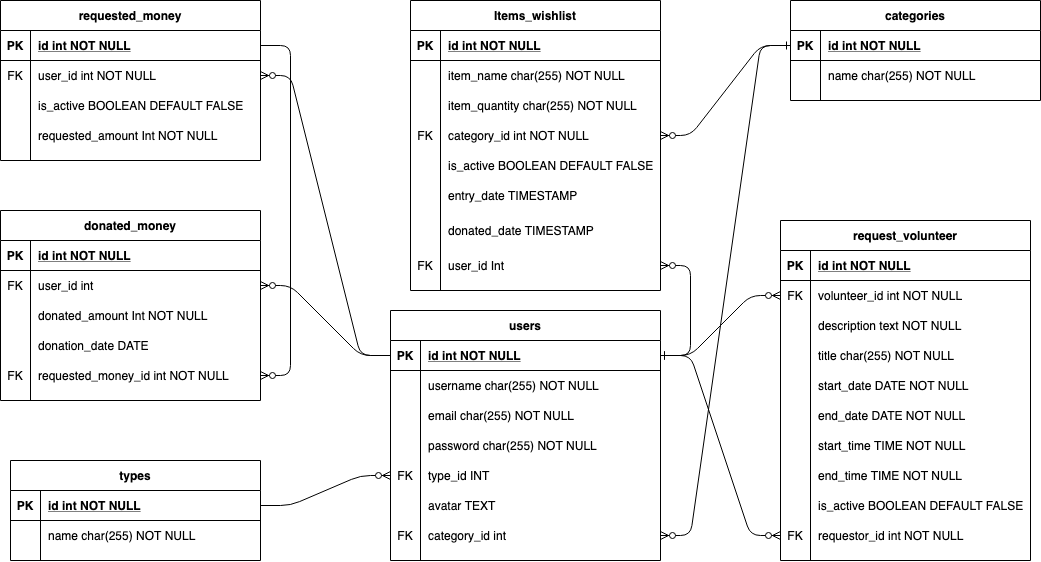
The draw.io diagram planning/HelpBook-ERD.png in DrMustafaH/HelpBook, before a commit. Source tidied: cells renumbered, new cells last; positions are measured from the earlier drawing's top-left corner, leaving out a move shared by most shapes.
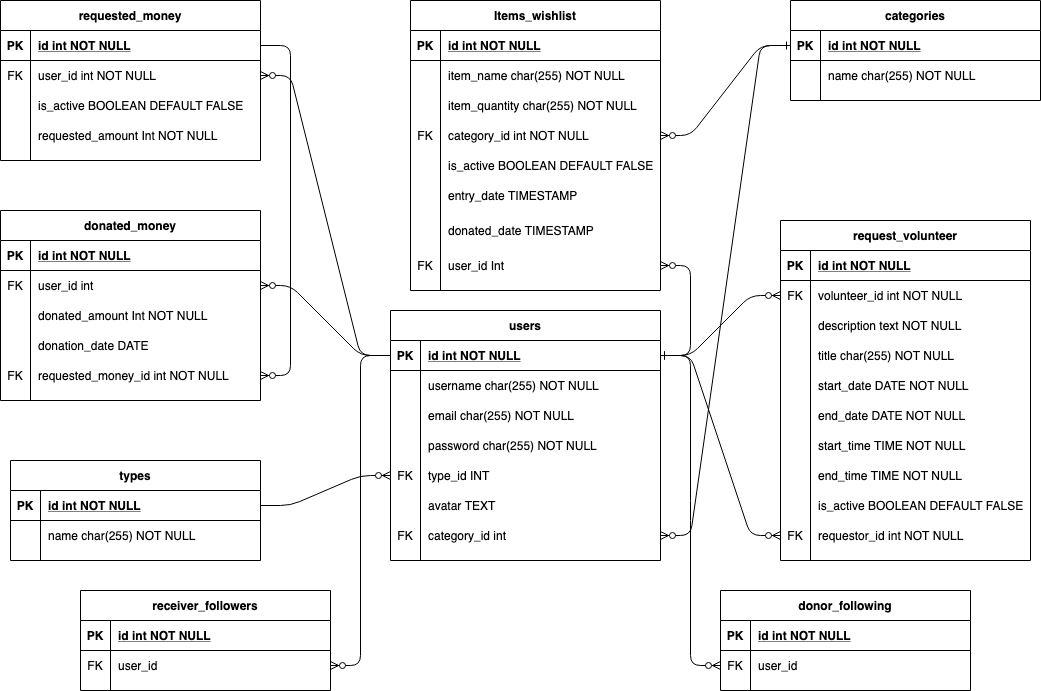
Later version of the same file.

Commit message:
Change ERD to add 2 new tables

Diff of the diagram source:
```diff
@@ -392,5 +392,53 @@
     <mxCell id="131" style="edgeStyle=entityRelationEdgeStyle;fontSize=12;html=1;endArrow=ERzeroToMany;endFill=1;exitX=0;exitY=0.5;exitDx=0;exitDy=0;entryX=1;entryY=0.5;entryDx=0;entryDy=0;" parent="1" edge="1" source="95" target="75">
       <mxGeometry relative="1" as="geometry" />
     </mxCell>
+    <mxCell id="132" value="receiver_followers" style="shape=table;startSize=30;rowLines=0;fontStyle=1;align=center;" parent="1" vertex="1">
+      <mxGeometry x="80" y="590" width="250" height="100" as="geometry" />
+    </mxCell>
+    <mxCell id="133" style="shape=partialRectangle;fillColor=none;top=0;left=0;right=0;bottom=1;" parent="132" vertex="1">
+      <mxGeometry y="30" width="250" height="30" as="geometry" />
+    </mxCell>
+    <mxCell id="134" value="PK" style="shape=partialRectangle;overflow=hidden;fillColor=none;top=0;left=0;bottom=0;right=0;fontStyle=1;" parent="133" vertex="1">
+      <mxGeometry width="30" height="30" as="geometry" />
+    </mxCell>
+    <mxCell id="135" value="id int NOT NULL " style="shape=partialRectangle;overflow=hidden;fillColor=none;top=0;left=0;bottom=0;right=0;align=left;spacingLeft=6;fontStyle=5;" parent="133" vertex="1">
+      <mxGeometry x="30" width="220" height="30" as="geometry" />
+    </mxCell>
+    <mxCell id="136" style="shape=partialRectangle;fillColor=none;points=[[0,0.5],[1,0.5]];portConstraint=eastwest;top=0;left=0;right=0;bottom=0;" parent="132" vertex="1">
+      <mxGeometry y="60" width="250" height="30" as="geometry" />
+    </mxCell>
+    <mxCell id="137" value="FK" style="shape=partialRectangle;overflow=hidden;fillColor=none;top=0;left=0;bottom=0;right=0;" parent="136" vertex="1">
+      <mxGeometry width="30" height="30" as="geometry" />
+    </mxCell>
+    <mxCell id="138" value="user_id" style="shape=partialRectangle;overflow=hidden;fillColor=none;top=0;left=0;bottom=0;right=0;align=left;spacingLeft=6;" parent="136" vertex="1">
+      <mxGeometry x="30" width="220" height="30" as="geometry" />
+    </mxCell>
+    <mxCell id="139" value="donor_following" style="shape=table;startSize=30;rowLines=0;fontStyle=1;align=center;" parent="1" vertex="1">
+      <mxGeometry x="720" y="590" width="250" height="100" as="geometry" />
+    </mxCell>
+    <mxCell id="140" style="shape=partialRectangle;fillColor=none;top=0;left=0;right=0;bottom=1;" parent="139" vertex="1">
+      <mxGeometry y="30" width="250" height="30" as="geometry" />
+    </mxCell>
+    <mxCell id="141" value="PK" style="shape=partialRectangle;overflow=hidden;fillColor=none;top=0;left=0;bottom=0;right=0;fontStyle=1;" parent="140" vertex="1">
+      <mxGeometry width="30" height="30" as="geometry" />
+    </mxCell>
+    <mxCell id="142" value="id int NOT NULL " style="shape=partialRectangle;overflow=hidden;fillColor=none;top=0;left=0;bottom=0;right=0;align=left;spacingLeft=6;fontStyle=5;" parent="140" vertex="1">
+      <mxGeometry x="30" width="220" height="30" as="geometry" />
+    </mxCell>
+    <mxCell id="143" style="shape=partialRectangle;fillColor=none;points=[[0,0.5],[1,0.5]];portConstraint=eastwest;top=0;left=0;right=0;bottom=0;" parent="139" vertex="1">
+      <mxGeometry y="60" width="250" height="30" as="geometry" />
+    </mxCell>
+    <mxCell id="144" value="FK" style="shape=partialRectangle;overflow=hidden;fillColor=none;top=0;left=0;bottom=0;right=0;" parent="143" vertex="1">
+      <mxGeometry width="30" height="30" as="geometry" />
+    </mxCell>
+    <mxCell id="145" value="user_id" style="shape=partialRectangle;overflow=hidden;fillColor=none;top=0;left=0;bottom=0;right=0;align=left;spacingLeft=6;" parent="143" vertex="1">
+      <mxGeometry x="30" width="220" height="30" as="geometry" />
+    </mxCell>
+    <mxCell id="146" style="edgeStyle=entityRelationEdgeStyle;fontSize=12;html=1;endArrow=ERzeroToMany;endFill=1;entryX=1;entryY=0.5;entryDx=0;entryDy=0;exitX=0;exitY=0.5;exitDx=0;exitDy=0;" parent="1" edge="1" source="95" target="136">
+      <mxGeometry relative="1" as="geometry" />
+    </mxCell>
+    <mxCell id="147" style="edgeStyle=entityRelationEdgeStyle;fontSize=12;html=1;endArrow=ERzeroToMany;endFill=1;entryX=0;entryY=0.5;entryDx=0;entryDy=0;exitX=1;exitY=0.5;exitDx=0;exitDy=0;" parent="1" edge="1" source="95" target="143">
+      <mxGeometry relative="1" as="geometry" />
+    </mxCell>
   </root>
 </mxGraphModel>
```
